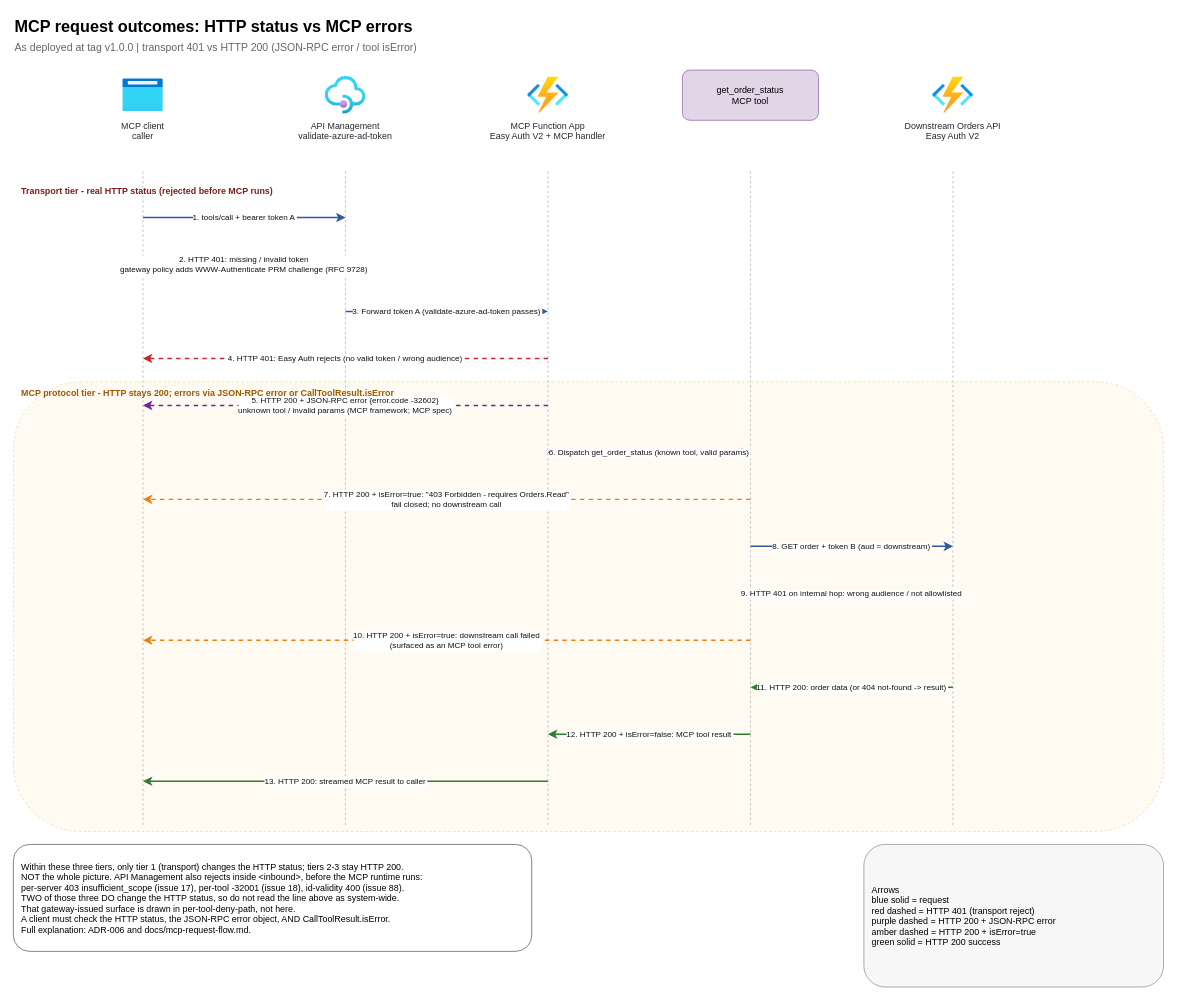
Before: docs/diagrams/mcp-request-outcomes.drawio in collaborationwithothers/mcp-platform-azure, a draw.io diagram. Source tidied: cells renumbered, new cells numbered last; positions are measured from the earlier drawing's top-left corner, leaving out a move shared by most shapes. Both pictures are drawn from the tidied source at 81%, with x=0, y=0 at pixel (13, 13).
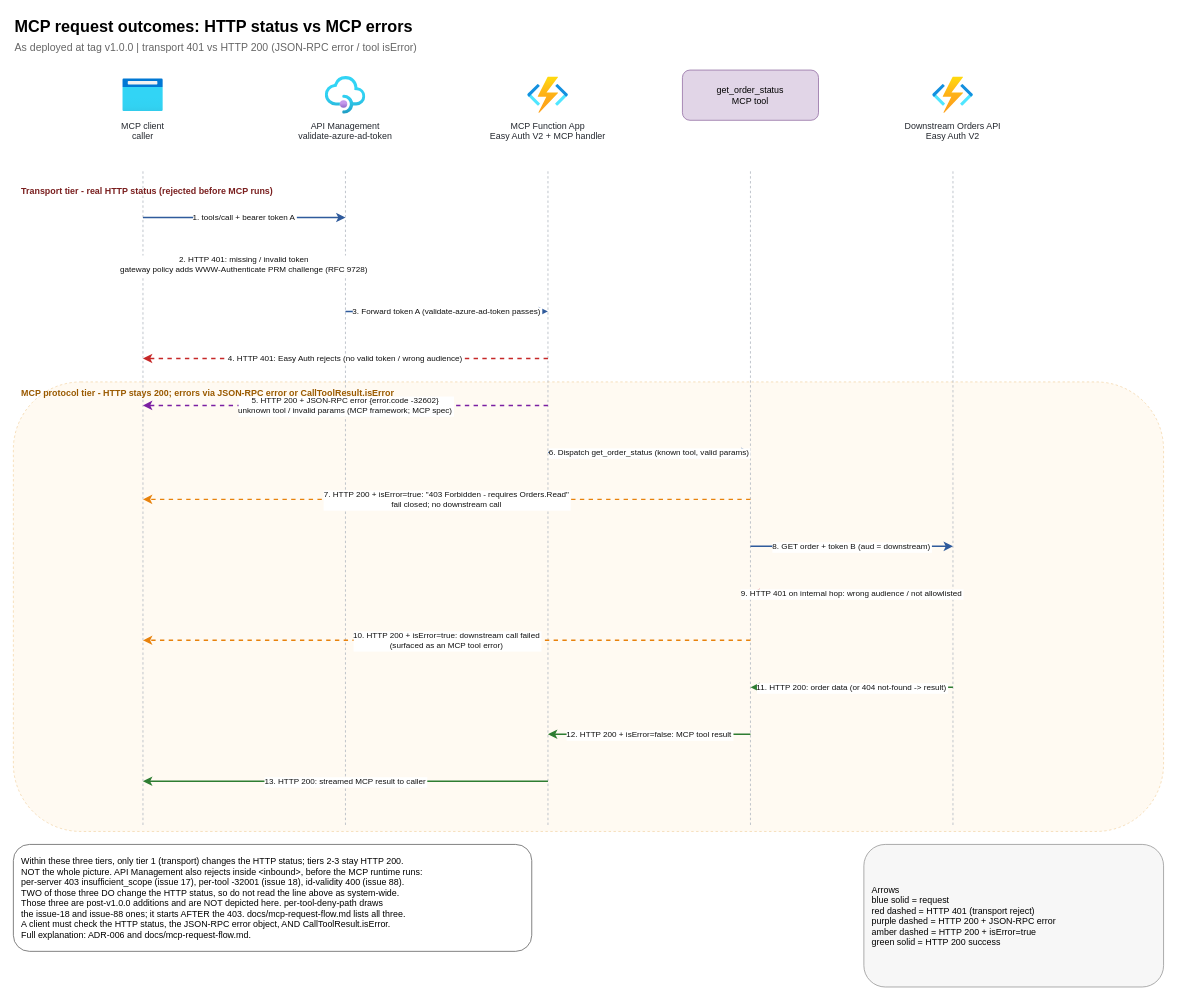
The same diagram, later.

Change to the diagram source:
```diff
@@
-    <mxCell id="30" value="Within these three tiers, only tier 1 (transport) changes the HTTP status; tiers 2-3 stay HTTP 200.&#10;NOT the whole picture. API Management also rejects inside &lt;inbound&gt;, before the MCP runtime runs:&#10;per-server 403 insufficient_scope (issue 17), per-tool -32001 (issue 18), id-validity 400 (issue 88).&#10;TWO of those three DO change the HTTP status, so do not read the line above as system-wide.&#10;That gateway-issued surface is drawn in per-tool-deny-path, not here.&#10;A client must check the HTTP status, the JSON-RPC error object, AND CallToolResult.isError.&#10;Full explanation: ADR-006 and docs/mcp-request-flow.md." style="rounded=1;fillColor=#ffffff;strokeColor=#666666;fontColor=#000000;fontSize=11;align=left;verticalAlign=middle;spacingLeft=8;spacingRight=8;" parent="1" vertex="1">
+    <mxCell id="30" value="Within these three tiers, only tier 1 (transport) changes the HTTP status; tiers 2-3 stay HTTP 200.&#10;NOT the whole picture. API Management also rejects inside &lt;inbound&gt;, before the MCP runtime runs:&#10;per-server 403 insufficient_scope (issue 17), per-tool -32001 (issue 18), id-validity 400 (issue 88).&#10;TWO of those three DO change the HTTP status, so do not read the line above as system-wide.&#10;Those three are post-v1.0.0 additions and are NOT depicted here. per-tool-deny-path draws&#10;the issue-18 and issue-88 ones; it starts AFTER the 403. docs/mcp-request-flow.md lists all three.&#10;A client must check the HTTP status, the JSON-RPC error object, AND CallToolResult.isError.&#10;Full explanation: ADR-006 and docs/mcp-request-flow.md." style="rounded=1;fillColor=#ffffff;strokeColor=#666666;fontColor=#000000;fontSize=11;align=left;verticalAlign=middle;spacingLeft=8;spacingRight=8;" parent="1" vertex="1">
       <mxGeometry y="1026" width="640" height="132" as="geometry" />
     </mxCell>
```
